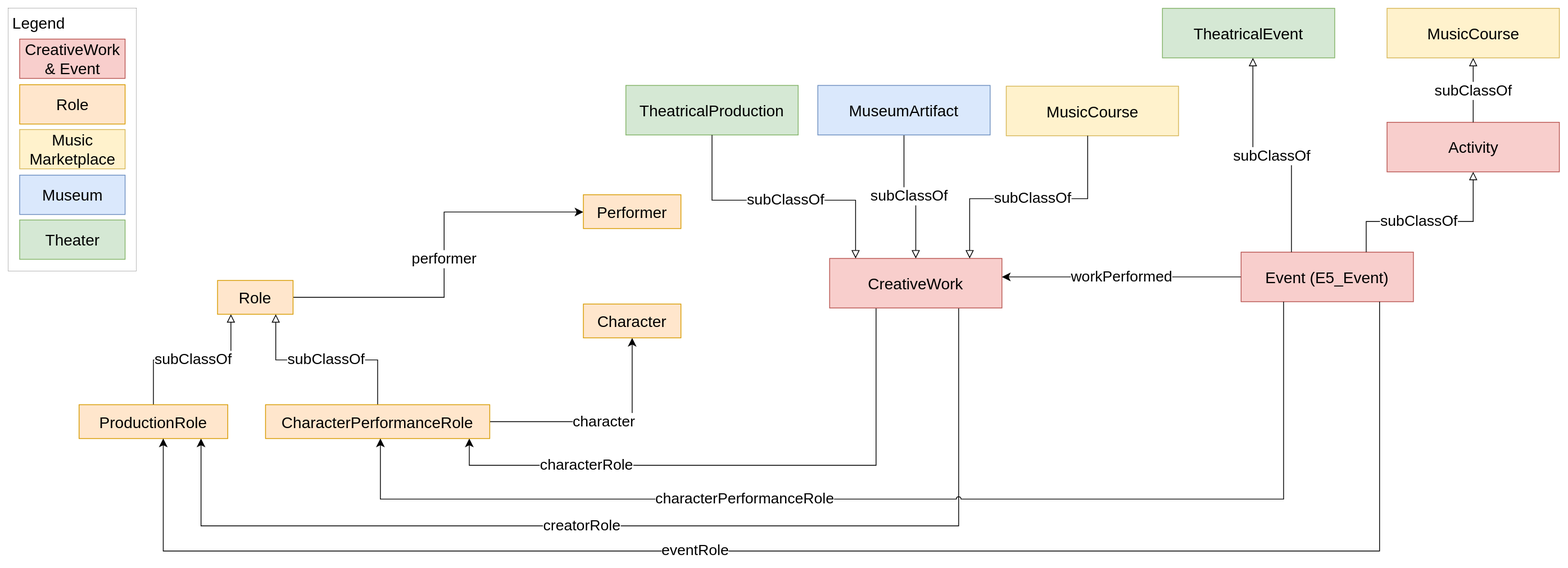
Fraunhofer-FIT-DSAI/drk-information-model keeps this draw.io diagram as visual-models/creativework-event-role-module-concise-model.drawio.svg. Above is the earlier version. Source tidied: cells renumbered, new cells last; positions are measured from the earlier drawing's top-left corner, leaving out a move shared by most shapes.
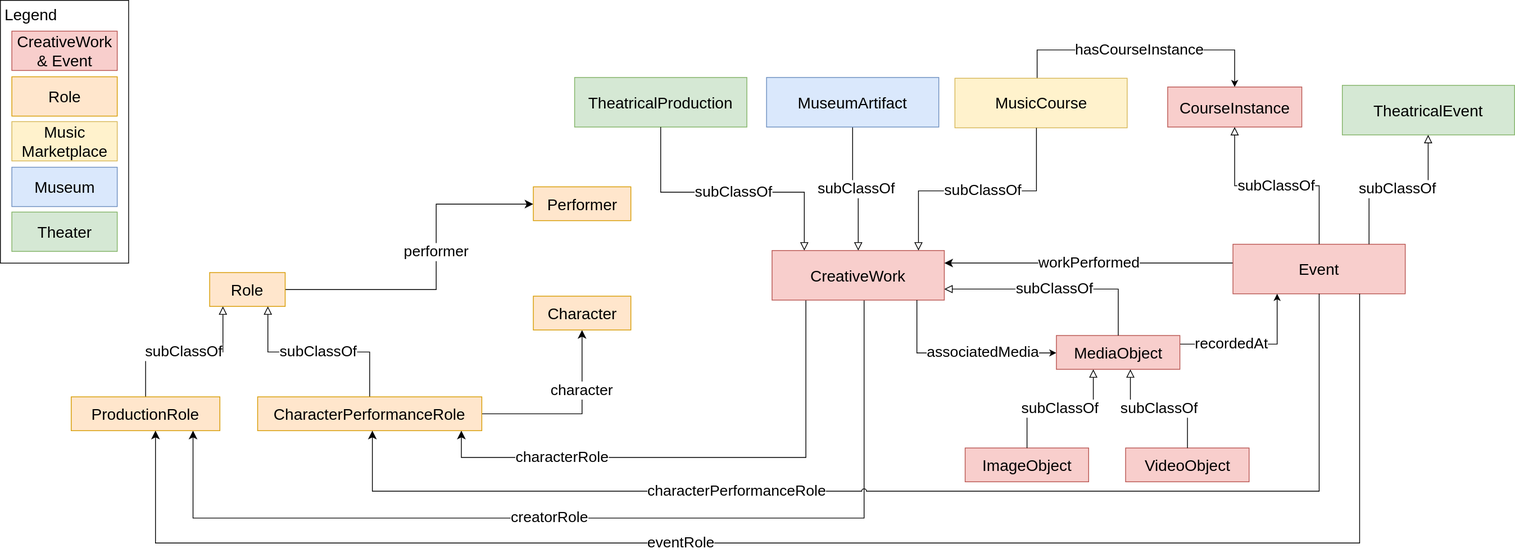
The same file after the commit.

Commit message:
[Visual module] Update CreativeWork, Event & Role module to add MediaObject class based on schema.org CreativeWork --associated media--> MediaObject MediaObject --recordedAt--> Event

What changed in the source:
```diff
@@ -3,39 +3,38 @@
     <mxCell id="0" />
     <mxCell id="1" parent="0" />
     <mxCell id="2" value="&lt;font style=&quot;font-size: 19px;&quot;&gt;creatorRole&lt;/font&gt;" style="edgeStyle=orthogonalEdgeStyle;rounded=0;jettySize=auto;html=1;fontSize=12;startSize=8;endSize=8;" parent="1" edge="1" source="4" target="10">
-      <mxGeometry x="0.12" relative="1" as="geometry">
+      <mxGeometry x="0.09" relative="1" as="geometry">
         <Array as="points">
-          <mxPoint x="1208" y="658" />
+          <mxPoint x="1098" y="658" />
           <mxPoint x="245" y="658" />
         </Array>
-        <mxPoint x="-1" as="offset" />
       </mxGeometry>
     </mxCell>
     <mxCell id="3" value="&lt;font style=&quot;font-size: 19px;&quot;&gt;characterRole&lt;/font&gt;" style="edgeStyle=orthogonalEdgeStyle;rounded=0;jettySize=auto;html=1;fontSize=12;startSize=8;endSize=8;" parent="1" edge="1" source="4" target="13">
       <mxGeometry x="0.51" relative="1" as="geometry">
         <Array as="points">
-          <mxPoint x="1103" y="581" />
+          <mxPoint x="1024" y="581" />
           <mxPoint x="586" y="581" />
         </Array>
         <mxPoint x="-1" as="offset" />
       </mxGeometry>
     </mxCell>
     <mxCell id="4" value="CreativeWork" style="rounded=0;whiteSpace=wrap;html=1;fontSize=20;fillColor=#f8cecc;strokeColor=#b85450;" parent="1" vertex="1">
-      <mxGeometry x="1044" y="318" width="219" height="63" as="geometry" />
+      <mxGeometry x="981" y="318" width="219" height="63" as="geometry" />
     </mxCell>
-    <mxCell id="5" value="&lt;font style=&quot;font-size: 19px;&quot;&gt;workPerformed&lt;/font&gt;" style="edgeStyle=orthogonalEdgeStyle;rounded=0;jettySize=auto;html=1;fontSize=12;startSize=8;endSize=8;" parent="1" edge="1" source="6" target="4">
+    <mxCell id="5" value="&lt;font style=&quot;font-size: 19px;&quot;&gt;workPerformed&lt;/font&gt;" style="edgeStyle=orthogonalEdgeStyle;rounded=0;jettySize=auto;html=1;fontSize=12;startSize=8;endSize=8;" parent="1" edge="1" source="37" target="4">
       <mxGeometry relative="1" as="geometry">
         <Array as="points">
-          <mxPoint x="1571" y="340" />
-          <mxPoint x="1571" y="340" />
+          <mxPoint x="1382" y="334" />
+          <mxPoint x="1382" y="334" />
         </Array>
       </mxGeometry>
     </mxCell>
-    <mxCell id="6" value="Event (E5_Event)" style="rounded=0;whiteSpace=wrap;html=1;fontSize=20;fillColor=#f8cecc;strokeColor=#b85450;" parent="1" vertex="1">
-      <mxGeometry x="1567" y="310" width="219" height="63" as="geometry" />
-    </mxCell>
+    <mxCell id="37" value="Event" style="rounded=0;whiteSpace=wrap;html=1;fontSize=20;fillColor=#f8cecc;strokeColor=#b85450;" parent="1" vertex="1">
+      <mxGeometry x="1567" y="310" width="219" height="63" as="geometry" />
+    </mxCell>
     <mxCell id="7" value="&lt;font style=&quot;font-size: 19px;&quot;&gt;performer&lt;/font&gt;" style="edgeStyle=orthogonalEdgeStyle;rounded=0;jettySize=auto;html=1;fontSize=12;startSize=8;endSize=8;" parent="1" edge="1" source="8" target="14">
-      <mxGeometry relative="1" as="geometry">
+      <mxGeometry x="0.13" relative="1" as="geometry">
         <Array as="points">
           <mxPoint x="554" y="367" />
           <mxPoint x="554" y="259" />
@@ -65,51 +64,58 @@
       </mxGeometry>
     </mxCell>
     <mxCell id="12" value="&lt;font style=&quot;font-size: 19px;&quot;&gt;character&lt;/font&gt;" style="edgeStyle=orthogonalEdgeStyle;rounded=0;jettySize=auto;html=1;fontSize=12;startSize=8;endSize=8;" parent="1" edge="1" source="13" target="15">
-      <mxGeometry relative="1" as="geometry" />
+      <mxGeometry x="0.33" relative="1" as="geometry" />
     </mxCell>
     <mxCell id="13" value="CharacterPerformanceRole" style="rounded=0;whiteSpace=wrap;html=1;fontSize=20;fillColor=#ffe6cc;strokeColor=#d79b00;" parent="1" vertex="1">
       <mxGeometry x="327" y="504" width="285" height="43" as="geometry" />
     </mxCell>
     <mxCell id="14" value="Performer" style="rounded=0;whiteSpace=wrap;html=1;fontSize=20;fillColor=#ffe6cc;strokeColor=#d79b00;" parent="1" vertex="1">
-      <mxGeometry x="731" y="237" width="124" height="43" as="geometry" />
+      <mxGeometry x="677.5" y="237" width="124" height="43" as="geometry" />
     </mxCell>
     <mxCell id="15" value="Character" style="rounded=0;whiteSpace=wrap;html=1;fontSize=20;fillColor=#ffe6cc;strokeColor=#d79b00;" parent="1" vertex="1">
-      <mxGeometry x="731" y="376" width="124" height="43" as="geometry" />
+      <mxGeometry x="677.5" y="376" width="124" height="43" as="geometry" />
     </mxCell>
-    <mxCell id="16" value="&lt;font style=&quot;font-size: 19px;&quot;&gt;eventRole&lt;/font&gt;" style="edgeStyle=orthogonalEdgeStyle;rounded=0;jettySize=auto;html=1;fontSize=12;startSize=8;endSize=8;" parent="1" edge="1" source="6" target="10">
+    <mxCell id="16" value="&lt;font style=&quot;font-size: 19px;&quot;&gt;eventRole&lt;/font&gt;" style="edgeStyle=orthogonalEdgeStyle;rounded=0;jettySize=auto;html=1;fontSize=12;startSize=8;endSize=8;" parent="1" edge="1" source="37" target="10">
       <mxGeometry x="0.18" relative="1" as="geometry">
         <Array as="points">
-          <mxPoint x="1743" y="690" />
+          <mxPoint x="1728" y="690" />
           <mxPoint x="197" y="690" />
         </Array>
       </mxGeometry>
     </mxCell>
-    <mxCell id="17" value="&lt;span style=&quot;font-size: 19px;&quot;&gt;characterPerformanceRole&lt;/span&gt;" style="edgeStyle=orthogonalEdgeStyle;rounded=0;jettySize=auto;html=1;fontSize=12;startSize=8;endSize=8;jumpStyle=arc;" parent="1" edge="1" source="6" target="13">
-      <mxGeometry x="0.27" relative="1" as="geometry">
+    <mxCell id="17" value="&lt;span style=&quot;font-size: 19px;&quot;&gt;characterPerformanceRole&lt;/span&gt;" style="edgeStyle=orthogonalEdgeStyle;rounded=0;jettySize=auto;html=1;fontSize=12;startSize=8;endSize=8;jumpStyle=arc;" parent="1" edge="1" source="37" target="13">
+      <mxGeometry x="0.3" relative="1" as="geometry">
         <Array as="points">
-          <mxPoint x="1621" y="624" />
+          <mxPoint x="1677" y="624" />
           <mxPoint x="473" y="624" />
         </Array>
-        <mxPoint x="-1" as="offset" />
       </mxGeometry>
     </mxCell>
     <mxCell id="18" value="TheatricalProduction" style="rounded=0;whiteSpace=wrap;html=1;fontSize=20;fillColor=#d5e8d4;strokeColor=#82b366;direction=east;flipV=0;" parent="1" vertex="1">
-      <mxGeometry x="785" y="98" width="219" height="63" as="geometry" />
+      <mxGeometry x="730" y="98" width="219" height="63" as="geometry" />
     </mxCell>
     <mxCell id="19" value="&lt;span style=&quot;font-size: 19px;&quot;&gt;subClassOf&lt;/span&gt;" style="edgeStyle=orthogonalEdgeStyle;rounded=0;jettySize=auto;html=1;fontSize=12;startSize=8;endSize=8;endArrow=block;endFill=0;" parent="1" edge="1" source="20" target="4">
       <mxGeometry relative="1" as="geometry" />
     </mxCell>
     <mxCell id="20" value="MuseumArtifact" style="rounded=0;whiteSpace=wrap;html=1;fontSize=20;fillColor=#dae8fc;strokeColor=#6c8ebf;direction=east;flipV=0;" parent="1" vertex="1">
-      <mxGeometry x="1029" y="98" width="219" height="63" as="geometry" />
+      <mxGeometry x="974" y="98" width="219" height="63" as="geometry" />
     </mxCell>
+    <mxCell id="38" value="&lt;font style=&quot;font-size: 19px;&quot;&gt;hasCourseInstance&lt;/font&gt;" style="edgeStyle=orthogonalEdgeStyle;rounded=0;jettySize=auto;html=1;" parent="1" edge="1" source="21" target="48">
+      <mxGeometry relative="1" as="geometry">
+        <Array as="points">
+          <mxPoint x="1318" y="63" />
+          <mxPoint x="1569" y="63" />
+        </Array>
+      </mxGeometry>
+    </mxCell>
     <mxCell id="21" value="MusicCourse" style="rounded=0;whiteSpace=wrap;html=1;fontSize=20;fillColor=#fff2cc;strokeColor=#d6b656;direction=east;flipV=0;" parent="1" vertex="1">
-      <mxGeometry x="1268.5" y="99" width="219" height="63" as="geometry" />
+      <mxGeometry x="1213.5" y="99" width="219" height="63" as="geometry" />
     </mxCell>
     <mxCell id="22" value="&lt;span style=&quot;font-size: 19px;&quot;&gt;subClassOf&lt;/span&gt;" style="edgeStyle=orthogonalEdgeStyle;rounded=0;jettySize=auto;html=1;fontSize=12;startSize=8;endSize=8;endArrow=block;endFill=0;" parent="1" edge="1" source="18" target="4">
       <mxGeometry x="0.03" relative="1" as="geometry">
         <Array as="points">
-          <mxPoint x="895" y="244" />
-          <mxPoint x="1077" y="244" />
+          <mxPoint x="840" y="244" />
+          <mxPoint x="1022" y="244" />
         </Array>
         <mxPoint x="1" as="offset" />
       </mxGeometry>
@@ -117,40 +123,22 @@
     <mxCell id="23" value="&lt;span style=&quot;font-size: 19px;&quot;&gt;subClassOf&lt;/span&gt;" style="edgeStyle=orthogonalEdgeStyle;rounded=0;jettySize=auto;html=1;fontSize=12;startSize=8;endSize=8;endArrow=block;endFill=0;" parent="1" edge="1" source="21" target="4">
       <mxGeometry x="-0.03" relative="1" as="geometry">
         <Array as="points">
-          <mxPoint x="1372" y="242" />
-          <mxPoint x="1222" y="242" />
+          <mxPoint x="1317" y="242" />
+          <mxPoint x="1167" y="242" />
         </Array>
       </mxGeometry>
     </mxCell>
-    <mxCell id="24" value="Activity" style="rounded=0;whiteSpace=wrap;html=1;fontSize=20;fillColor=#f8cecc;strokeColor=#b85450;" parent="1" vertex="1">
-      <mxGeometry x="1752.5" y="144.9" width="219" height="63" as="geometry" />
-    </mxCell>
-    <mxCell id="25" value="MusicCourse" style="rounded=0;whiteSpace=wrap;html=1;fontSize=20;fillColor=#fff2cc;strokeColor=#d6b656;" parent="1" vertex="1">
-      <mxGeometry x="1752.5" width="219" height="63" as="geometry" />
-    </mxCell>
     <mxCell id="26" value="TheatricalEvent" style="rounded=0;whiteSpace=wrap;html=1;fontSize=20;fillColor=#d5e8d4;strokeColor=#82b366;" parent="1" vertex="1">
-      <mxGeometry x="1467" width="219" height="63" as="geometry" />
+      <mxGeometry x="1706" y="108" width="219" height="63" as="geometry" />
     </mxCell>
-    <mxCell id="27" value="&lt;span style=&quot;font-size: 19px;&quot;&gt;subClassOf&lt;/span&gt;" style="edgeStyle=orthogonalEdgeStyle;rounded=0;jettySize=auto;html=1;fontSize=12;startSize=8;endSize=8;endArrow=block;endFill=0;" parent="1" edge="1" source="6" target="26">
-      <mxGeometry relative="1" as="geometry">
-        <Array as="points">
-          <mxPoint x="1631" y="188" />
-          <mxPoint x="1582" y="188" />
-        </Array>
-      </mxGeometry>
-    </mxCell>
-    <mxCell id="28" value="&lt;span style=&quot;font-size: 19px;&quot;&gt;subClassOf&lt;/span&gt;" style="edgeStyle=orthogonalEdgeStyle;rounded=0;jettySize=auto;html=1;fontSize=12;startSize=8;endSize=8;endArrow=block;endFill=0;" parent="1" edge="1" source="24" target="25">
-      <mxGeometry relative="1" as="geometry" />
-    </mxCell>
-    <mxCell id="29" value="&lt;span style=&quot;font-size: 19px;&quot;&gt;subClassOf&lt;/span&gt;" style="edgeStyle=orthogonalEdgeStyle;rounded=0;jettySize=auto;html=1;fontSize=12;startSize=8;endSize=8;endArrow=block;endFill=0;" parent="1" edge="1" source="6" target="24">
-      <mxGeometry x="-0.13" relative="1" as="geometry">
-        <Array as="points">
-          <mxPoint x="1726" y="271" />
-          <mxPoint x="1862" y="271" />
-        </Array>
-        <mxPoint x="1" as="offset" />
-      </mxGeometry>
-    </mxCell>
+    <mxCell id="39" value="&lt;span style=&quot;font-size: 19px;&quot;&gt;subClassOf&lt;/span&gt;" style="edgeStyle=orthogonalEdgeStyle;rounded=0;jettySize=auto;html=1;fontSize=12;startSize=8;endSize=8;endArrow=block;endFill=0;" parent="1" edge="1" source="37" target="26">
+      <mxGeometry relative="1" as="geometry">
+        <Array as="points">
+          <mxPoint x="1740" y="240" />
+          <mxPoint x="1815" y="240" />
+        </Array>
+      </mxGeometry>
+    </mxCell>
     <mxCell id="30" style="rounded=0;whiteSpace=wrap;html=1;strokeWidth=0.2;" parent="1" vertex="1">
       <mxGeometry width="163" height="334" as="geometry" />
     </mxCell>
@@ -172,5 +160,57 @@
     <mxCell id="36" value="Music Marketplace" style="rounded=0;whiteSpace=wrap;html=1;fillColor=#fff2cc;strokeColor=#d6b656;fontSize=20;" parent="1" vertex="1">
       <mxGeometry x="14.5" y="154.1" width="134" height="50" as="geometry" />
     </mxCell>
+    <mxCell id="40" value="&lt;font style=&quot;font-size: 19px;&quot;&gt;associatedMedia&lt;/font&gt;" style="edgeStyle=orthogonalEdgeStyle;rounded=0;jettySize=auto;html=1;" parent="1" edge="1" source="4" target="42">
+      <mxGeometry x="0.24" relative="1" as="geometry">
+        <Array as="points">
+          <mxPoint x="1165" y="448" />
+        </Array>
+      </mxGeometry>
+    </mxCell>
+    <mxCell id="41" value="&lt;font style=&quot;font-size: 19px;&quot;&gt;recordedAt&lt;/font&gt;" style="edgeStyle=orthogonalEdgeStyle;rounded=0;jettySize=auto;html=1;" parent="1" edge="1" source="42" target="37">
+      <mxGeometry x="-0.3" relative="1" as="geometry">
+        <Array as="points">
+          <mxPoint x="1623" y="437" />
+        </Array>
+      </mxGeometry>
+    </mxCell>
+    <mxCell id="42" value="MediaObject" style="rounded=0;whiteSpace=wrap;html=1;fontSize=20;fillColor=#f8cecc;strokeColor=#b85450;" parent="1" vertex="1">
+      <mxGeometry x="1342.5" y="426" width="157" height="43" as="geometry" />
+    </mxCell>
+    <mxCell id="43" value="ImageObject" style="rounded=0;whiteSpace=wrap;html=1;fontSize=20;fillColor=#f8cecc;strokeColor=#b85450;" parent="1" vertex="1">
+      <mxGeometry x="1226.5" y="569" width="157" height="43" as="geometry" />
+    </mxCell>
+    <mxCell id="44" value="&lt;font style=&quot;font-size: 19px;&quot;&gt;subClassOf&lt;/font&gt;" style="edgeStyle=orthogonalEdgeStyle;rounded=0;jettySize=auto;html=1;fontSize=12;startSize=8;endSize=8;endArrow=block;endFill=0;" parent="1" edge="1" source="43" target="42">
+      <mxGeometry relative="1" as="geometry">
+        <Array as="points">
+          <mxPoint x="1304.5" y="519" />
+          <mxPoint x="1389.5" y="519" />
+        </Array>
+      </mxGeometry>
+    </mxCell>
+    <mxCell id="45" value="VideoObject" style="rounded=0;whiteSpace=wrap;html=1;fontSize=20;fillColor=#f8cecc;strokeColor=#b85450;" parent="1" vertex="1">
+      <mxGeometry x="1430.5" y="569" width="157" height="43" as="geometry" />
+    </mxCell>
+    <mxCell id="46" value="&lt;font style=&quot;font-size: 19px;&quot;&gt;subClassOf&lt;/font&gt;" style="edgeStyle=orthogonalEdgeStyle;rounded=0;jettySize=auto;html=1;fontSize=12;startSize=8;endSize=8;endArrow=block;endFill=0;" parent="1" edge="1" source="45" target="42">
+      <mxGeometry relative="1" as="geometry">
+        <Array as="points">
+          <mxPoint x="1508.5" y="519" />
+          <mxPoint x="1436.5" y="519" />
+        </Array>
+      </mxGeometry>
+    </mxCell>
+    <mxCell id="47" value="&lt;span style=&quot;font-size: 19px;&quot;&gt;subClassOf&lt;/span&gt;" style="edgeStyle=orthogonalEdgeStyle;rounded=0;jettySize=auto;html=1;fontSize=12;startSize=8;endSize=8;endArrow=block;endFill=0;" parent="1" edge="1" source="42" target="4">
+      <mxGeometry relative="1" as="geometry">
+        <Array as="points">
+          <mxPoint x="1421" y="367" />
+        </Array>
+      </mxGeometry>
+    </mxCell>
+    <mxCell id="48" value="CourseInstance" style="rounded=0;whiteSpace=wrap;html=1;fontSize=20;fillColor=#f8cecc;strokeColor=#b85450;direction=east;flipV=0;" parent="1" vertex="1">
+      <mxGeometry x="1484" y="110.1" width="170.5" height="50.9" as="geometry" />
+    </mxCell>
+    <mxCell id="49" value="&lt;span style=&quot;font-size: 19px;&quot;&gt;subClassOf&lt;/span&gt;" style="edgeStyle=orthogonalEdgeStyle;rounded=0;jettySize=auto;html=1;fontSize=12;startSize=8;endSize=8;endArrow=block;endFill=0;" parent="1" edge="1" source="37" target="48">
+      <mxGeometry relative="1" as="geometry" />
+    </mxCell>
   </root>
 </mxGraphModel>
```
